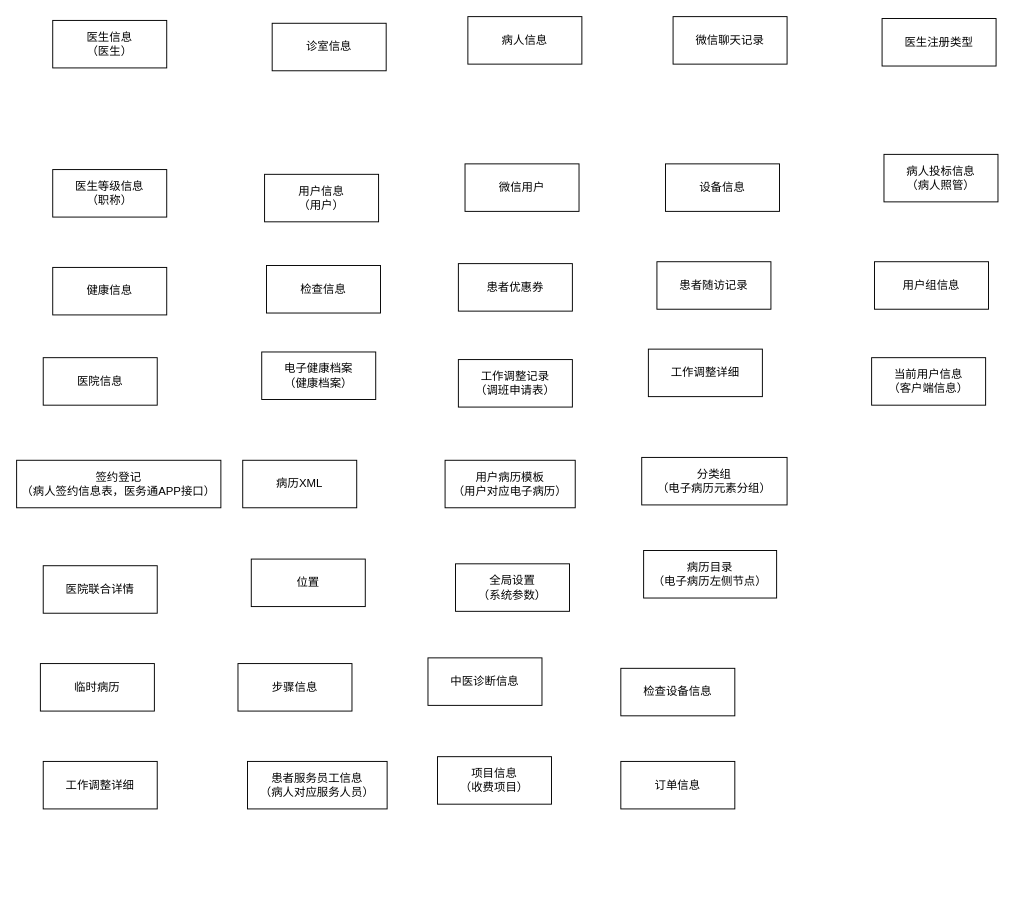
This is 未命名绘图.drawio from uonono/ioDraw, a draw.io file, before an edit. Source tidied: cells renumbered, new cells numbered last; positions are measured from the earlier drawing's top-left corner, leaving out a move shared by most shapes. Both pictures are drawn from the tidied source at 95%, with x=0, y=0 at pixel (16, 16).
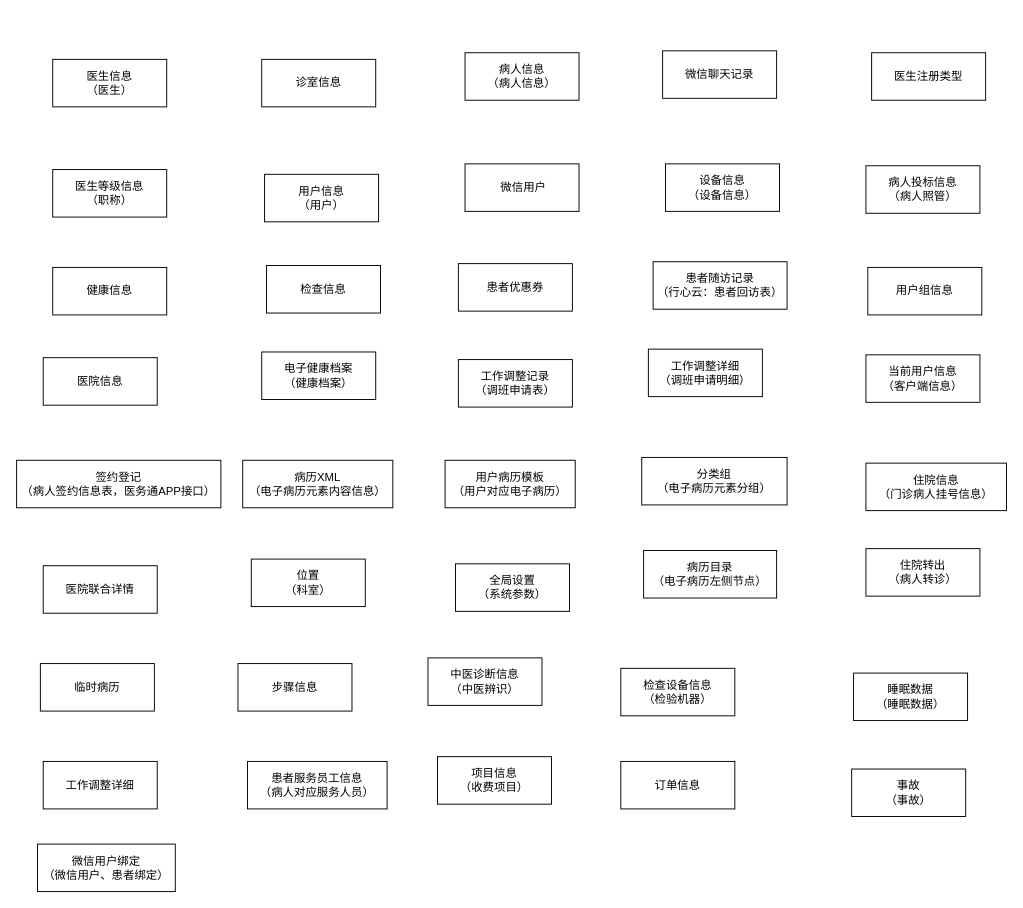
Above is the later version.

Commit message:
更新未命名绘图.drawio

Change to the diagram source:
```diff
@@
     <mxCell id="2" value="诊室信息" style="rounded=0;whiteSpace=wrap;html=1;" parent="1" vertex="1">
-      <mxGeometry x="269" y="7" width="120" height="50" as="geometry" />
+      <mxGeometry x="258" y="45" width="120" height="50" as="geometry" />
     </mxCell>
@@
     <mxCell id="4" value="医生信息&lt;div&gt;（医生）&lt;/div&gt;" style="rounded=0;whiteSpace=wrap;html=1;" parent="1" vertex="1">
-      <mxGeometry x="38" y="4" width="120" height="50" as="geometry" />
+      <mxGeometry x="38" y="45" width="120" height="50" as="geometry" />
     </mxCell>
@@
-    <mxCell id="6" value="病人信息" style="rounded=0;whiteSpace=wrap;html=1;" parent="1" vertex="1">
-      <mxGeometry x="475" width="120" height="50" as="geometry" />
+    <mxCell id="6" value="病人信息&lt;div&gt;（病人信息）&lt;/div&gt;" style="rounded=0;whiteSpace=wrap;html=1;" parent="1" vertex="1">
+      <mxGeometry x="472" y="38" width="120" height="50" as="geometry" />
     </mxCell>
-    <mxCell id="7" value="微信用户" style="rounded=0;whiteSpace=wrap;html=1;" parent="1" vertex="1">
+    <mxCell id="7" value="&amp;nbsp;微信用户" style="rounded=0;whiteSpace=wrap;html=1;" parent="1" vertex="1">
       <mxGeometry x="472" y="155" width="120" height="50" as="geometry" />
     </mxCell>
@@
     <mxCell id="11" value="微信聊天记录" style="rounded=0;whiteSpace=wrap;html=1;" parent="1" vertex="1">
-      <mxGeometry x="691" width="120" height="50" as="geometry" />
+      <mxGeometry x="680" y="36" width="120" height="50" as="geometry" />
     </mxCell>
-    <mxCell id="12" value="设备信息" style="rounded=0;whiteSpace=wrap;html=1;" parent="1" vertex="1">
+    <mxCell id="12" value="设备信息&lt;div&gt;（设备信息）&lt;/div&gt;" style="rounded=0;whiteSpace=wrap;html=1;" parent="1" vertex="1">
       <mxGeometry x="683" y="155" width="120" height="50" as="geometry" />
     </mxCell>
-    <mxCell id="13" value="患者随访记录" style="rounded=0;whiteSpace=wrap;html=1;" parent="1" vertex="1">
-      <mxGeometry x="674" y="258" width="120" height="50" as="geometry" />
+    <mxCell id="13" value="患者随访记录&lt;div&gt;（行心云：患者回访表）&lt;/div&gt;" style="rounded=0;whiteSpace=wrap;html=1;" parent="1" vertex="1">
+      <mxGeometry x="670" y="258" width="141" height="50" as="geometry" />
     </mxCell>
@@
-    <mxCell id="17" value="工作调整详细" style="rounded=0;whiteSpace=wrap;html=1;" parent="1" vertex="1">
+    <mxCell id="17" value="工作调整详细&lt;div&gt;（调班申请明细）&lt;/div&gt;" style="rounded=0;whiteSpace=wrap;html=1;" parent="1" vertex="1">
       <mxGeometry x="665" y="350" width="120" height="50" as="geometry" />
     </mxCell>
@@
-    <mxCell id="19" value="病历XML" style="rounded=0;whiteSpace=wrap;html=1;" parent="1" vertex="1">
-      <mxGeometry x="238" y="467" width="120" height="50" as="geometry" />
+    <mxCell id="19" value="病历XML&lt;div&gt;（电子病历元素内容信息）&lt;/div&gt;" style="rounded=0;whiteSpace=wrap;html=1;" parent="1" vertex="1">
+      <mxGeometry x="238" y="467" width="158" height="50" as="geometry" />
     </mxCell>
@@
-    <mxCell id="23" value="位置" style="rounded=0;whiteSpace=wrap;html=1;" parent="1" vertex="1">
+    <mxCell id="23" value="位置&lt;div&gt;（科室）&lt;/div&gt;" style="rounded=0;whiteSpace=wrap;html=1;" parent="1" vertex="1">
       <mxGeometry x="247" y="571" width="120" height="50" as="geometry" />
     </mxCell>
@@
-    <mxCell id="28" value="中医诊断信息" style="rounded=0;whiteSpace=wrap;html=1;" parent="1" vertex="1">
+    <mxCell id="28" value="中医诊断信息&lt;div&gt;（中医辨识）&lt;/div&gt;" style="rounded=0;whiteSpace=wrap;html=1;" parent="1" vertex="1">
       <mxGeometry x="433" y="675" width="120" height="50" as="geometry" />
     </mxCell>
-    <mxCell id="29" value="检查设备信息" style="rounded=0;whiteSpace=wrap;html=1;" parent="1" vertex="1">
+    <mxCell id="29" value="检查设备信息&lt;div&gt;（检验机器）&lt;/div&gt;" style="rounded=0;whiteSpace=wrap;html=1;" parent="1" vertex="1">
       <mxGeometry x="636" y="686" width="120" height="50" as="geometry" />
     </mxCell>
@@
     <mxCell id="34" value="医生注册类型" style="rounded=0;whiteSpace=wrap;html=1;" parent="1" vertex="1">
-      <mxGeometry x="911" y="2" width="120" height="50" as="geometry" />
+      <mxGeometry x="900" y="38" width="120" height="50" as="geometry" />
     </mxCell>
     <mxCell id="35" value="病人投标信息&lt;div&gt;（病人照管）&lt;/div&gt;" style="rounded=0;whiteSpace=wrap;html=1;" parent="1" vertex="1">
-      <mxGeometry x="913" y="145" width="120" height="50" as="geometry" />
+      <mxGeometry x="894" y="157" width="120" height="50" as="geometry" />
     </mxCell>
     <mxCell id="36" value="用户组信息" style="rounded=0;whiteSpace=wrap;html=1;" parent="1" vertex="1">
-      <mxGeometry x="903" y="258" width="120" height="50" as="geometry" />
+      <mxGeometry x="896" y="264" width="120" height="50" as="geometry" />
     </mxCell>
     <mxCell id="37" value="当前用户信息&lt;div&gt;（客户端信息）&lt;/div&gt;" style="rounded=0;whiteSpace=wrap;html=1;" parent="1" vertex="1">
-      <mxGeometry x="900" y="359" width="120" height="50" as="geometry" />
+      <mxGeometry x="894" y="356" width="120" height="50" as="geometry" />
     </mxCell>
+    <mxCell id="38" value="住院信息&lt;div&gt;（门诊病人挂号信息）&lt;/div&gt;" style="rounded=0;whiteSpace=wrap;html=1;" parent="1" vertex="1">
+      <mxGeometry x="894" y="470" width="148" height="50" as="geometry" />
+    </mxCell>
+    <mxCell id="39" value="住院转出&lt;div&gt;（病人转诊）&lt;/div&gt;" style="rounded=0;whiteSpace=wrap;html=1;" parent="1" vertex="1">
+      <mxGeometry x="894" y="560" width="120" height="50" as="geometry" />
+    </mxCell>
+    <mxCell id="40" value="睡眠数据&lt;br&gt;&lt;div&gt;（睡眠数据）&lt;/div&gt;" style="rounded=0;whiteSpace=wrap;html=1;" parent="1" vertex="1">
+      <mxGeometry x="881" y="691" width="120" height="50" as="geometry" />
+    </mxCell>
+    <mxCell id="41" value="事故&lt;br&gt;&lt;div&gt;（事故）&lt;/div&gt;" style="rounded=0;whiteSpace=wrap;html=1;" parent="1" vertex="1">
+      <mxGeometry x="879" y="792" width="120" height="50" as="geometry" />
+    </mxCell>
+    <mxCell id="42" value="&lt;div&gt;微信用户绑定&lt;br&gt;&lt;/div&gt;（微信用户、患者绑定）" style="rounded=0;whiteSpace=wrap;html=1;" parent="1" vertex="1">
+      <mxGeometry x="22" y="871" width="145" height="50" as="geometry" />
+    </mxCell>
```
